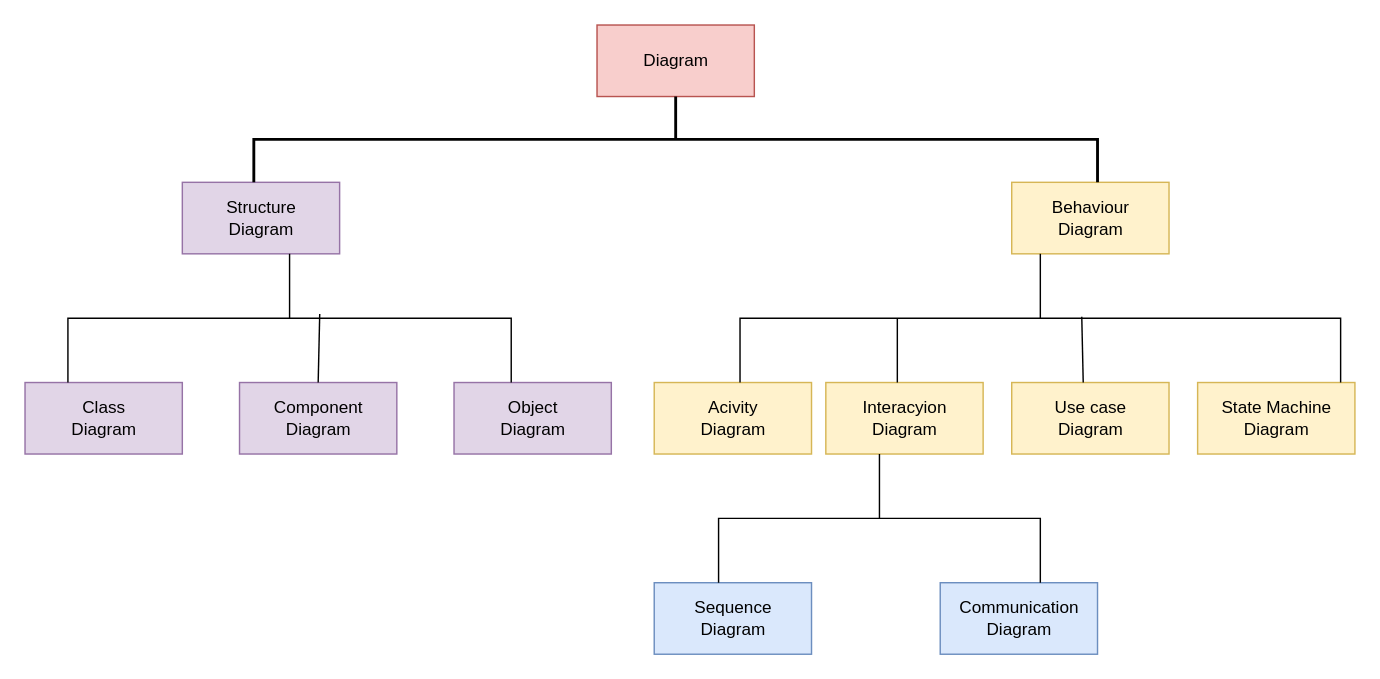
This is Untitled Diagram.drawio from linxiaoa/-1, a draw.io file, before an edit. Source tidied: cells renumbered, new cells numbered last; positions are measured from the earlier drawing's top-left corner, leaving out a move shared by most shapes. Both pictures are drawn from the tidied source at 143%, with x=0, y=0 at pixel (24, 24).
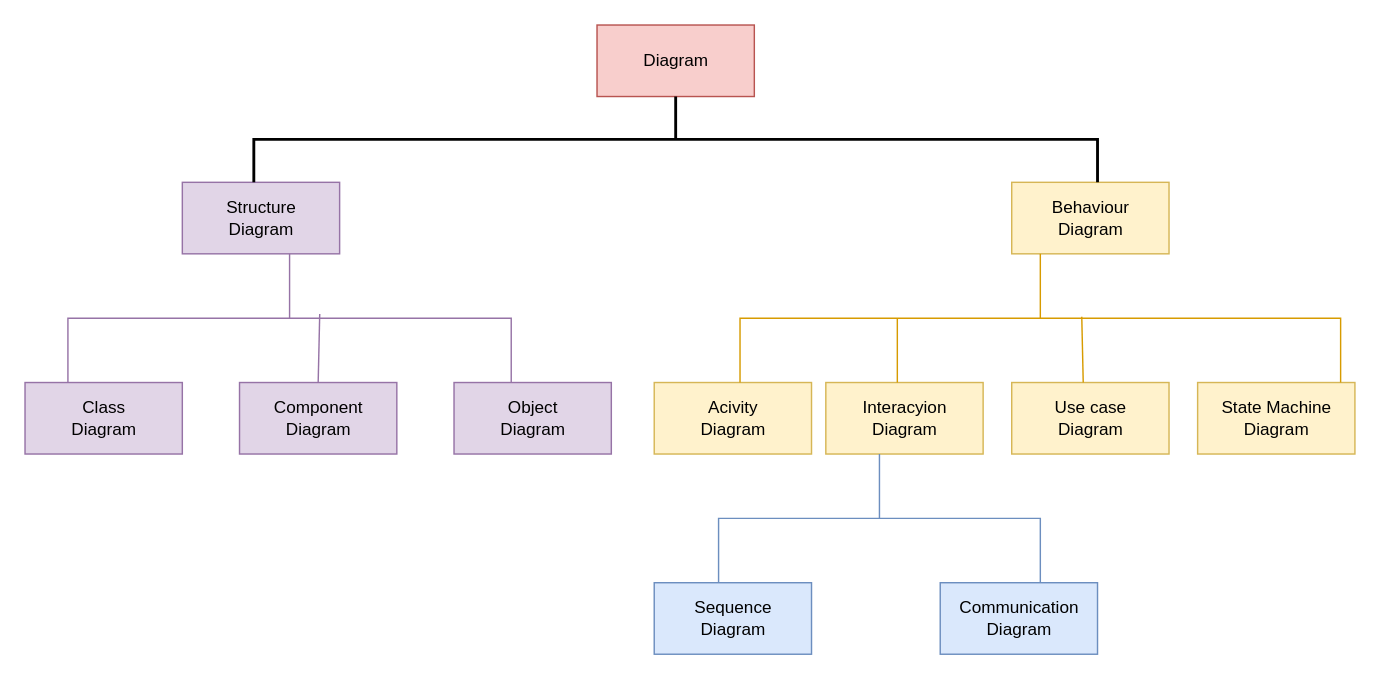
The same diagram, later.

The change refers to these unchanged cells:
```xml
<mxCell id="8" value="Component&lt;br&gt;Diagram" style="html=1;fillColor=#e1d5e7;strokeColor=#9673a6;" parent="1" vertex="1">
  <mxGeometry x="150" y="250" width="110" height="50" as="geometry" />
</mxCell>
```

What changed in the source:
```diff
@@
-    <mxCell id="9" style="html=1;shape=mxgraph.flowchart.annotation_2;align=left;labelPosition=right;direction=south;" parent="1" vertex="1">
+    <mxCell id="9" style="html=1;shape=mxgraph.flowchart.annotation_2;align=left;labelPosition=right;direction=south;fillColor=#e1d5e7;strokeColor=#9673a6;" parent="1" vertex="1">
       <mxGeometry x="30" y="160" width="310" height="90" as="geometry" />
     </mxCell>
-    <mxCell id="10" style="endArrow=none;html=1;exitX=0.5;exitY=0;exitDx=0;exitDy=0;entryX=0.467;entryY=0.432;entryDx=0;entryDy=0;entryPerimeter=0;" parent="1" edge="1" source="8" target="9">
+    <mxCell id="10" style="endArrow=none;html=1;exitX=0.5;exitY=0;exitDx=0;exitDy=0;entryX=0.467;entryY=0.432;entryDx=0;entryDy=0;entryPerimeter=0;fillColor=#e1d5e7;strokeColor=#9673a6;" parent="1" edge="1" source="8" target="9">
       <mxGeometry relative="1" as="geometry" />
     </mxCell>
@@
-    <mxCell id="15" style="html=1;shape=mxgraph.flowchart.annotation_2;align=left;labelPosition=right;direction=south;" parent="1" vertex="1">
+    <mxCell id="15" style="html=1;shape=mxgraph.flowchart.annotation_2;align=left;labelPosition=right;direction=south;fillColor=#ffe6cc;strokeColor=#d79b00;" parent="1" vertex="1">
       <mxGeometry x="500" y="160" width="420" height="90" as="geometry" />
     </mxCell>
-    <mxCell id="16" style="endArrow=none;html=1;entryX=0.489;entryY=0.431;entryDx=0;entryDy=0;entryPerimeter=0;" parent="1" edge="1" target="15">
+    <mxCell id="16" style="endArrow=none;html=1;entryX=0.489;entryY=0.431;entryDx=0;entryDy=0;entryPerimeter=0;fillColor=#ffe6cc;strokeColor=#d79b00;" parent="1" edge="1" target="15">
       <mxGeometry relative="1" as="geometry">
         <mxPoint x="740" y="250" as="sourcePoint" />
       </mxGeometry>
     </mxCell>
-    <mxCell id="17" style="endArrow=none;html=1;" parent="1" edge="1">
+    <mxCell id="17" style="endArrow=none;html=1;fillColor=#ffe6cc;strokeColor=#d79b00;" parent="1" edge="1">
       <mxGeometry relative="1" as="geometry">
         <mxPoint x="610" y="250" as="sourcePoint" />
         <mxPoint x="610" y="205" as="targetPoint" />
       </mxGeometry>
     </mxCell>
@@
-    <mxCell id="20" style="html=1;shape=mxgraph.flowchart.annotation_2;align=left;labelPosition=right;direction=south;" parent="1" vertex="1">
+    <mxCell id="20" style="html=1;shape=mxgraph.flowchart.annotation_2;align=left;labelPosition=right;direction=south;fillColor=#dae8fc;strokeColor=#6c8ebf;" parent="1" vertex="1">
       <mxGeometry x="485" y="300" width="225" height="90" as="geometry" />
     </mxCell>
```
